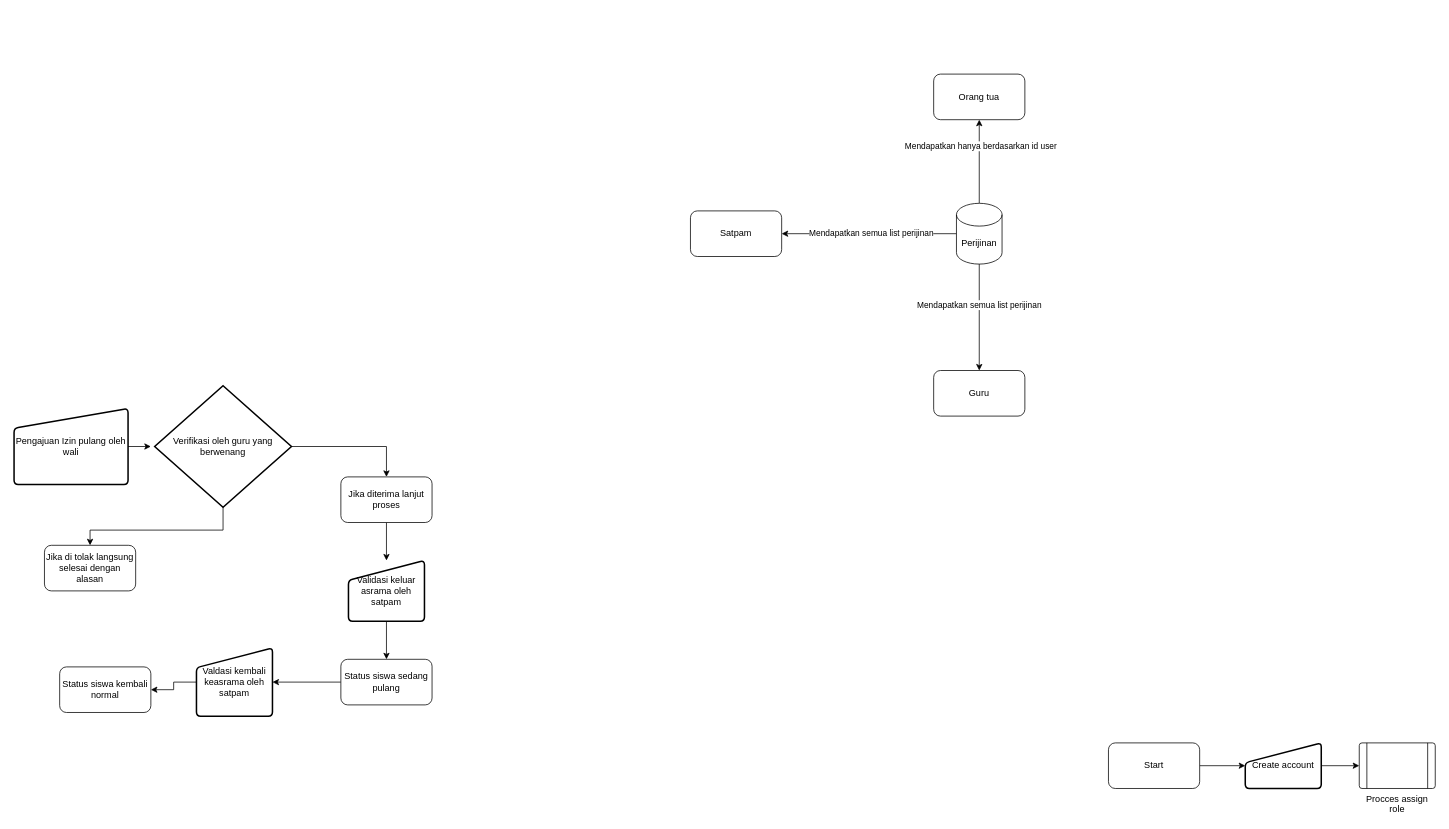
Lin1er/perijinan keeps this draw.io diagram as flow/Userflow App perijinan.drawio. Above is the earlier version. Source tidied: cells renumbered, new cells numbered last; positions are measured from the earlier drawing's top-left corner, leaving out a move shared by most shapes. Both pictures are drawn from the tidied source at 76%, with x=0, y=0 at pixel (14, 74).
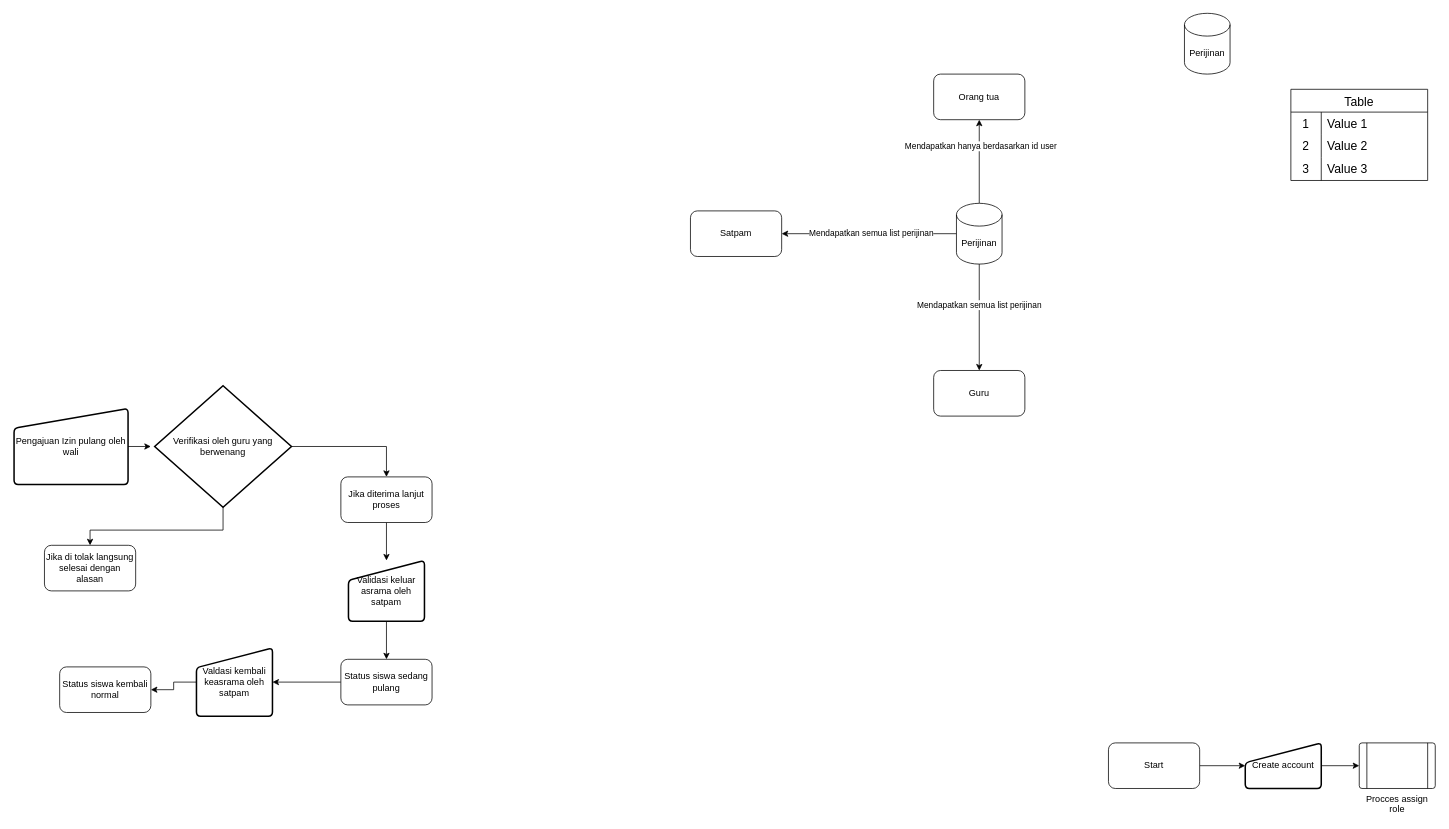
The same page after the edit.

What changed in the source:
```diff
@@
+    <mxCell id="32" value="Perijinan" style="shape=cylinder3;whiteSpace=wrap;html=1;boundedLbl=1;backgroundOutline=1;size=15;" parent="1" vertex="1">
+      <mxGeometry x="1540" y="-80" width="60" height="80" as="geometry" />
+    </mxCell>
+    <mxCell id="33" value="Table" style="shape=table;startSize=30;childLayout=tableLayout;rowLines=0;fontStyle=0;strokeColor=default;fontSize=16;" parent="1" vertex="1">
+      <mxGeometry x="1680" y="20" width="180" height="120" as="geometry" />
+    </mxCell>
+    <mxCell id="34" style="shape=tableRow;horizontal=0;startSize=0;swimlaneHead=0;swimlaneBody=0;top=0;left=0;bottom=0;right=0;fillColor=none;strokeColor=inherit;fontSize=16;" parent="33" vertex="1">
+      <mxGeometry y="30" width="180" height="30" as="geometry" />
+    </mxCell>
+    <mxCell id="35" value="1" style="shape=partialRectangle;html=1;whiteSpace=wrap;fillColor=none;top=0;left=0;bottom=0;right=0;overflow=hidden;strokeColor=inherit;fontSize=16;" parent="34" vertex="1">
+      <mxGeometry width="40" height="30" as="geometry" />
+    </mxCell>
+    <mxCell id="36" value="Value 1" style="shape=partialRectangle;html=1;whiteSpace=wrap;fillColor=none;top=0;left=0;bottom=0;right=0;align=left;spacingLeft=6;overflow=hidden;strokeColor=inherit;fontSize=16;" parent="34" vertex="1">
+      <mxGeometry x="40" width="140" height="30" as="geometry" />
+    </mxCell>
+    <mxCell id="37" style="shape=tableRow;horizontal=0;startSize=0;swimlaneHead=0;swimlaneBody=0;top=0;left=0;bottom=0;right=0;fillColor=none;strokeColor=inherit;fontSize=16;" parent="33" vertex="1">
+      <mxGeometry y="60" width="180" height="30" as="geometry" />
+    </mxCell>
+    <mxCell id="38" value="2" style="shape=partialRectangle;html=1;whiteSpace=wrap;fillColor=none;top=0;left=0;bottom=0;right=0;overflow=hidden;strokeColor=inherit;fontSize=16;" parent="37" vertex="1">
+      <mxGeometry width="40" height="30" as="geometry" />
+    </mxCell>
+    <mxCell id="39" value="Value 2" style="shape=partialRectangle;html=1;whiteSpace=wrap;fillColor=none;top=0;left=0;bottom=0;right=0;align=left;spacingLeft=6;overflow=hidden;strokeColor=inherit;fontSize=16;" parent="37" vertex="1">
+      <mxGeometry x="40" width="140" height="30" as="geometry" />
+    </mxCell>
+    <mxCell id="40" style="shape=tableRow;horizontal=0;startSize=0;swimlaneHead=0;swimlaneBody=0;top=0;left=0;bottom=0;right=0;fillColor=none;strokeColor=inherit;fontSize=16;" parent="33" vertex="1">
+      <mxGeometry y="90" width="180" height="30" as="geometry" />
+    </mxCell>
+    <mxCell id="41" value="3" style="shape=partialRectangle;html=1;whiteSpace=wrap;fillColor=none;top=0;left=0;bottom=0;right=0;overflow=hidden;strokeColor=inherit;fontSize=16;" parent="40" vertex="1">
+      <mxGeometry width="40" height="30" as="geometry" />
+    </mxCell>
+    <mxCell id="42" value="Value 3" style="shape=partialRectangle;html=1;whiteSpace=wrap;fillColor=none;top=0;left=0;bottom=0;right=0;align=left;spacingLeft=6;overflow=hidden;strokeColor=inherit;fontSize=16;" parent="40" vertex="1">
+      <mxGeometry x="40" width="140" height="30" as="geometry" />
+    </mxCell>
```
